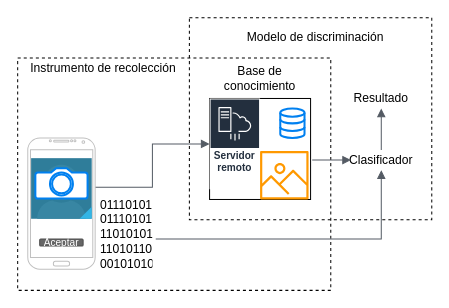
Above: Untitled Diagram.drawio in harlock/Diagramas (draw.io), before the change. Source tidied: cells renumbered, new cells numbered last; positions are measured from the earlier drawing's top-left corner, leaving out a move shared by most shapes. Both pictures are drawn from the tidied source at 101%, with x=0, y=0 at pixel (17, 17).
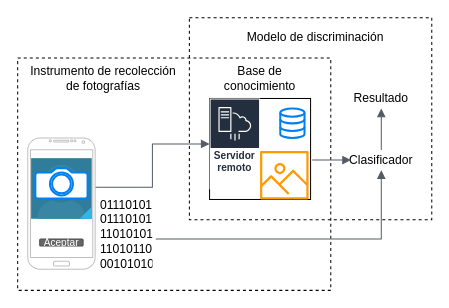
The same page after the edit.

Change to the diagram source:
```diff
@@
-    <mxCell id="12" value="Instrumento de recolección " style="text;html=1;strokeColor=none;fillColor=none;align=center;verticalAlign=middle;whiteSpace=wrap;rounded=0;dashed=1;" parent="1" vertex="1">
-      <mxGeometry x="10" y="40" width="150" height="20" as="geometry" />
+    <mxCell id="12" value="&lt;div&gt;Instrumento de recolección &lt;/div&gt;de fotografías" style="text;html=1;strokeColor=none;fillColor=none;align=center;verticalAlign=middle;whiteSpace=wrap;rounded=0;dashed=1;" parent="1" vertex="1">
+      <mxGeometry x="10" y="50" width="150" height="20" as="geometry" />
     </mxCell>
```
